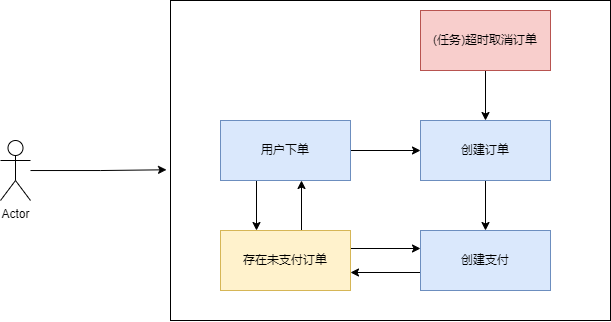
Above: 支付流程.drawio.png in youjizi/images (draw.io), before the change. Source tidied: cells renumbered, new cells last; positions are measured from the earlier drawing's top-left corner, leaving out a move shared by most shapes.
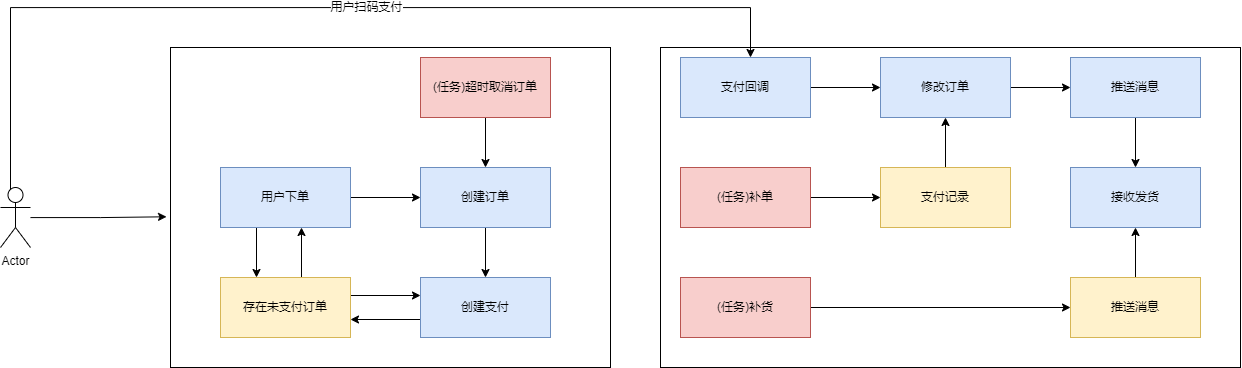
After the change.

Commit message:
更新支付流程.drawio.png

What changed in the source:
```diff
@@ -2,9 +2,27 @@
   <root>
     <mxCell id="0" />
     <mxCell id="1" parent="0" />
+    <mxCell id="17" style="whiteSpace=wrap;html=1;fillColor=none;" parent="1" vertex="1">
+      <mxGeometry x="660" width="580" height="320" as="geometry" />
+    </mxCell>
     <mxCell id="2" style="whiteSpace=wrap;html=1;fillColor=none;" parent="1" vertex="1">
       <mxGeometry x="170" width="440" height="320" as="geometry" />
     </mxCell>
+    <mxCell id="18" style="edgeStyle=orthogonalEdgeStyle;rounded=0;jettySize=auto;html=1;entryX=0.5;entryY=0;entryDx=0;entryDy=0;exitX=0.25;exitY=0.1;exitDx=0;exitDy=0;exitPerimeter=0;" parent="1" edge="1" source="3">
+      <mxGeometry relative="1" as="geometry">
+        <mxPoint x="750" y="10" as="targetPoint" />
+        <Array as="points">
+          <mxPoint x="10" y="146" />
+          <mxPoint x="10" y="-40" />
+          <mxPoint x="750" y="-40" />
+        </Array>
+      </mxGeometry>
+    </mxCell>
+    <mxCell id="19" value="用户扫码支付" style="edgeLabel;html=1;align=center;verticalAlign=middle;" parent="18" vertex="1">
+      <mxGeometry x="0.11" y="1" relative="1" as="geometry">
+        <mxPoint x="1" as="offset" />
+      </mxGeometry>
+    </mxCell>
     <mxCell id="3" value="Actor" style="shape=umlActor;verticalLabelPosition=bottom;verticalAlign=top;html=1;outlineConnect=0;" parent="1" vertex="1">
       <mxGeometry y="140" width="30" height="60" as="geometry" />
     </mxCell>
@@ -59,5 +77,50 @@
     <mxCell id="16" style="edgeStyle=orthogonalEdgeStyle;rounded=0;jettySize=auto;html=1;entryX=-0.009;entryY=0.529;entryDx=0;entryDy=0;entryPerimeter=0;" parent="1" edge="1" source="3" target="2">
       <mxGeometry relative="1" as="geometry" />
     </mxCell>
+    <mxCell id="20" style="edgeStyle=orthogonalEdgeStyle;rounded=0;jettySize=auto;html=1;" parent="1" edge="1" source="21" target="23">
+      <mxGeometry relative="1" as="geometry" />
+    </mxCell>
+    <mxCell id="21" value="支付回调" style="rounded=0;whiteSpace=wrap;html=1;fillColor=#dae8fc;strokeColor=#6c8ebf;" parent="1" vertex="1">
+      <mxGeometry x="680" y="10" width="130" height="60" as="geometry" />
+    </mxCell>
+    <mxCell id="22" style="edgeStyle=orthogonalEdgeStyle;rounded=0;jettySize=auto;html=1;" parent="1" edge="1" source="23" target="25">
+      <mxGeometry relative="1" as="geometry" />
+    </mxCell>
+    <mxCell id="23" value="修改订单" style="rounded=0;whiteSpace=wrap;html=1;fillColor=#dae8fc;strokeColor=#6c8ebf;" parent="1" vertex="1">
+      <mxGeometry x="880" y="10" width="130" height="60" as="geometry" />
+    </mxCell>
+    <mxCell id="24" style="edgeStyle=orthogonalEdgeStyle;rounded=0;jettySize=auto;html=1;" parent="1" edge="1" source="25" target="26">
+      <mxGeometry relative="1" as="geometry" />
+    </mxCell>
+    <mxCell id="25" value="推送消息" style="rounded=0;whiteSpace=wrap;html=1;fillColor=#dae8fc;strokeColor=#6c8ebf;" parent="1" vertex="1">
+      <mxGeometry x="1070" y="10" width="130" height="60" as="geometry" />
+    </mxCell>
+    <mxCell id="26" value="接收发货" style="rounded=0;whiteSpace=wrap;html=1;fillColor=#dae8fc;strokeColor=#6c8ebf;" parent="1" vertex="1">
+      <mxGeometry x="1070" y="120" width="130" height="60" as="geometry" />
+    </mxCell>
+    <mxCell id="27" style="edgeStyle=orthogonalEdgeStyle;rounded=0;jettySize=auto;html=1;" parent="1" edge="1" source="28" target="30">
+      <mxGeometry relative="1" as="geometry" />
+    </mxCell>
+    <mxCell id="28" value="(任务)补单" style="rounded=0;whiteSpace=wrap;html=1;fillColor=#f8cecc;strokeColor=#b85450;" parent="1" vertex="1">
+      <mxGeometry x="680" y="120" width="130" height="60" as="geometry" />
+    </mxCell>
+    <mxCell id="29" style="edgeStyle=orthogonalEdgeStyle;rounded=0;jettySize=auto;html=1;" parent="1" edge="1" source="30" target="23">
+      <mxGeometry relative="1" as="geometry" />
+    </mxCell>
+    <mxCell id="30" value="支付记录" style="rounded=0;whiteSpace=wrap;html=1;fillColor=#fff2cc;strokeColor=#d6b656;" parent="1" vertex="1">
+      <mxGeometry x="880" y="120" width="130" height="60" as="geometry" />
+    </mxCell>
+    <mxCell id="31" style="edgeStyle=orthogonalEdgeStyle;rounded=0;jettySize=auto;html=1;" parent="1" edge="1" source="32" target="34">
+      <mxGeometry relative="1" as="geometry" />
+    </mxCell>
+    <mxCell id="32" value="(任务)补货" style="rounded=0;whiteSpace=wrap;html=1;fillColor=#f8cecc;strokeColor=#b85450;" parent="1" vertex="1">
+      <mxGeometry x="680" y="230" width="130" height="60" as="geometry" />
+    </mxCell>
+    <mxCell id="33" style="edgeStyle=orthogonalEdgeStyle;rounded=0;jettySize=auto;html=1;entryX=0.5;entryY=1;entryDx=0;entryDy=0;" parent="1" edge="1" source="34" target="26">
+      <mxGeometry relative="1" as="geometry" />
+    </mxCell>
+    <mxCell id="34" value="推送消息" style="rounded=0;whiteSpace=wrap;html=1;fillColor=#fff2cc;strokeColor=#d6b656;" parent="1" vertex="1">
+      <mxGeometry x="1070" y="230" width="130" height="60" as="geometry" />
+    </mxCell>
   </root>
 </mxGraphModel>
```
